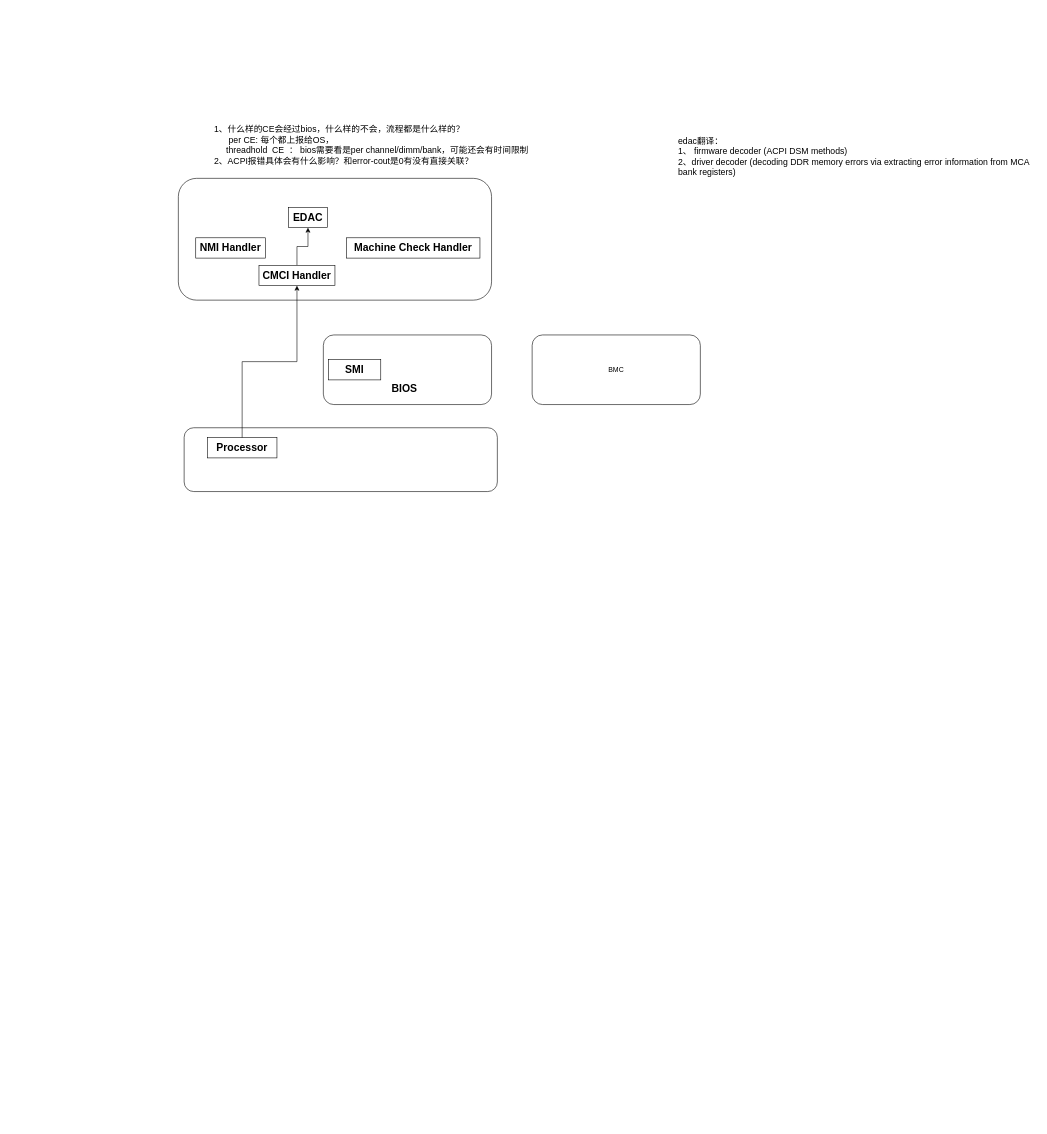
The draw.io diagram ras.drawio in wbzzx-bb/wb-linux, before the edit. Source tidied: cells renumbered, new cells numbered last; positions are measured from the earlier drawing's top-left corner, leaving out a move shared by most shapes. Both pictures are drawn from the tidied source at 58%, with x=0, y=0 at pixel (178, 120).
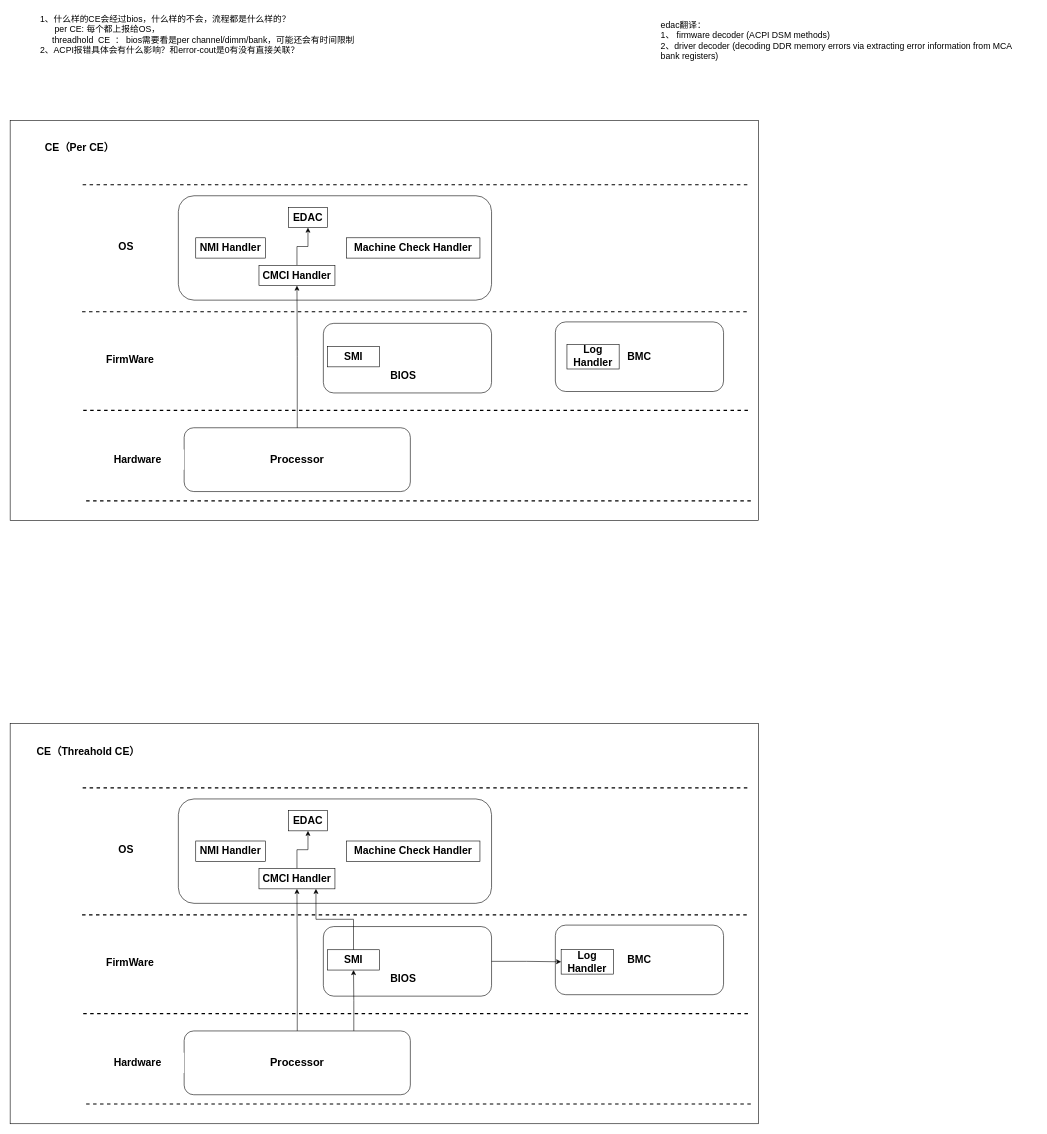
After the change.

Unchanged cells that the change refers to:
```xml
<mxCell id="11" value="&lt;span style=&quot;font-size: 18px;&quot;&gt;&lt;b&gt;CMCI Handler&lt;/b&gt;&lt;/span&gt;" style="rounded=0;whiteSpace=wrap;html=1;" parent="1" vertex="1">
  <mxGeometry x="139" y="250" width="131" height="35" as="geometry" />
</mxCell>
```

Change to the diagram source:
```diff
@@
+    <mxCell id="17" style="rounded=0;whiteSpace=wrap;html=1;" parent="1" vertex="1">
+      <mxGeometry x="-290" width="1290" height="690" as="geometry" />
+    </mxCell>
-    <mxCell id="2" style="rounded=1;whiteSpace=wrap;html=1;" parent="1" vertex="1">
-      <mxGeometry x="10" y="530" width="540" height="110" as="geometry" />
+    <mxCell id="2" value="Processor" style="rounded=1;whiteSpace=wrap;html=1;fontSize=19;fontStyle=1;" parent="1" vertex="1">
+      <mxGeometry x="10" y="530" width="390" height="110" as="geometry" />
     </mxCell>
     <mxCell id="3" value="1、什么样的CE会经过bios，什么样的不会，流程都是什么样的？&lt;div&gt;&amp;nbsp; &amp;nbsp; &amp;nbsp; per CE: 每个都上报给OS，&lt;/div&gt;&lt;div&gt;&amp;nbsp; &amp;nbsp; &amp;nbsp;threadhold&amp;nbsp; CE&amp;nbsp; ： bios需要看是per channel/dimm/bank，可能还会有时间限制&lt;br&gt;&lt;div&gt;2、ACPI报错具体会有什么影响？和error-cout是0有没有直接关联？&lt;/div&gt;&lt;/div&gt;" style="text;html=1;align=left;verticalAlign=top;whiteSpace=wrap;rounded=0;fontSize=15;" parent="1" vertex="1">
-      <mxGeometry x="60" width="620" height="120" as="geometry" />
+      <mxGeometry x="-240" y="-190" width="620" height="120" as="geometry" />
     </mxCell>
-    <mxCell id="4" value="&lt;b&gt;&lt;font style=&quot;font-size: 18px;&quot;&gt;Processor&lt;/font&gt;&lt;/b&gt;" style="rounded=0;whiteSpace=wrap;html=1;" parent="1" vertex="1">
-      <mxGeometry x="50" y="547" width="120" height="35" as="geometry" />
-    </mxCell>
     <mxCell id="5" style="rounded=1;whiteSpace=wrap;html=1;" parent="1" vertex="1">
-      <mxGeometry x="250" y="370" width="290" height="120" as="geometry" />
+      <mxGeometry x="250" y="350" width="290" height="120" as="geometry" />
     </mxCell>
     <mxCell id="6" value="&lt;b&gt;&lt;font style=&quot;font-size: 18px;&quot;&gt;BIOS&lt;/font&gt;&lt;/b&gt;" style="rounded=0;whiteSpace=wrap;html=1;strokeColor=none;" parent="1" vertex="1">
-      <mxGeometry x="330" y="445" width="120" height="35" as="geometry" />
+      <mxGeometry x="328" y="422.5" width="120" height="35" as="geometry" />
     </mxCell>
     <mxCell id="7" value="&lt;b&gt;&lt;font style=&quot;font-size: 18px;&quot;&gt;SMI&lt;/font&gt;&lt;/b&gt;" style="rounded=0;whiteSpace=wrap;html=1;" parent="1" vertex="1">
-      <mxGeometry x="259" y="412.5" width="90" height="35" as="geometry" />
+      <mxGeometry x="257" y="390" width="90" height="35" as="geometry" />
     </mxCell>
     <mxCell id="8" style="rounded=1;whiteSpace=wrap;html=1;" parent="1" vertex="1">
-      <mxGeometry y="100" width="540" height="210" as="geometry" />
+      <mxGeometry y="130" width="540" height="180" as="geometry" />
     </mxCell>
@@
-    <mxCell id="14" value="BMC" style="rounded=1;whiteSpace=wrap;html=1;" parent="1" vertex="1">
-      <mxGeometry x="610" y="370" width="290" height="120" as="geometry" />
+    <mxCell id="14" value="&lt;b&gt;&lt;font style=&quot;font-size: 18px;&quot;&gt;BMC&lt;/font&gt;&lt;/b&gt;" style="rounded=1;whiteSpace=wrap;html=1;" parent="1" vertex="1">
+      <mxGeometry x="650" y="347.5" width="290" height="120" as="geometry" />
     </mxCell>
     <mxCell id="15" value="edac翻译：&lt;div&gt;1、&lt;span style=&quot;background-color: transparent; color: light-dark(rgb(0, 0, 0), rgb(255, 255, 255));&quot;&gt; firmware decoder (ACPI DSM methods)&lt;/span&gt;&lt;/div&gt;&lt;div&gt;&lt;span style=&quot;background-color: transparent; color: light-dark(rgb(0, 0, 0), rgb(255, 255, 255));&quot;&gt;2、&lt;/span&gt;&lt;span style=&quot;background-color: transparent; color: light-dark(rgb(0, 0, 0), rgb(255, 255, 255));&quot;&gt;driver decoder (decoding DDR memory errors via extracting error&amp;nbsp;&lt;/span&gt;&lt;span style=&quot;background-color: transparent; color: light-dark(rgb(0, 0, 0), rgb(255, 255, 255));&quot;&gt;information from MCA bank registers)&amp;nbsp;&lt;/span&gt;&lt;/div&gt;" style="text;html=1;align=left;verticalAlign=top;whiteSpace=wrap;rounded=0;fontSize=15;" parent="1" vertex="1">
-      <mxGeometry x="860" y="20" width="620" height="120" as="geometry" />
+      <mxGeometry x="830" y="-180" width="620" height="120" as="geometry" />
     </mxCell>
-    <mxCell id="16" style="edgeStyle=orthogonalEdgeStyle;rounded=0;jettySize=auto;html=1;" parent="1" edge="1" source="4" target="11">
-      <mxGeometry relative="1" as="geometry" />
-    </mxCell>
+    <mxCell id="18" style="edgeStyle=orthogonalEdgeStyle;rounded=0;jettySize=auto;html=1;entryX=0.5;entryY=1;entryDx=0;entryDy=0;" parent="1" edge="1" source="2" target="11">
+      <mxGeometry relative="1" as="geometry" />
+    </mxCell>
+    <mxCell id="19" value="&lt;b&gt;&lt;font style=&quot;font-size: 18px;&quot;&gt;CE（Per CE）&lt;/font&gt;&lt;/b&gt;" style="rounded=0;whiteSpace=wrap;html=1;strokeColor=none;" parent="1" vertex="1">
+      <mxGeometry x="-250" y="30" width="160" height="35" as="geometry" />
+    </mxCell>
+    <mxCell id="20" style="endArrow=none;dashed=1;html=1;rounded=0;strokeWidth=2;" parent="1" edge="1">
+      <mxGeometry relative="1" as="geometry">
+        <mxPoint x="980" y="330" as="sourcePoint" />
+        <mxPoint x="-170" y="330" as="targetPoint" />
+      </mxGeometry>
+    </mxCell>
+    <mxCell id="21" style="endArrow=none;dashed=1;html=1;rounded=0;strokeWidth=2;" parent="1" edge="1">
+      <mxGeometry relative="1" as="geometry">
+        <mxPoint x="981" y="111" as="sourcePoint" />
+        <mxPoint x="-169" y="111" as="targetPoint" />
+      </mxGeometry>
+    </mxCell>
+    <mxCell id="22" style="endArrow=none;dashed=1;html=1;rounded=0;strokeWidth=2;" parent="1" edge="1">
+      <mxGeometry relative="1" as="geometry">
+        <mxPoint x="982" y="500" as="sourcePoint" />
+        <mxPoint x="-168" y="500" as="targetPoint" />
+      </mxGeometry>
+    </mxCell>
+    <mxCell id="23" style="endArrow=none;dashed=1;html=1;rounded=0;strokeWidth=2;" parent="1" edge="1">
+      <mxGeometry relative="1" as="geometry">
+        <mxPoint x="987" y="656" as="sourcePoint" />
+        <mxPoint x="-163" y="656" as="targetPoint" />
+      </mxGeometry>
+    </mxCell>
+    <mxCell id="24" value="&lt;b&gt;&lt;font style=&quot;font-size: 18px;&quot;&gt;OS&lt;/font&gt;&lt;/b&gt;" style="rounded=0;whiteSpace=wrap;html=1;strokeColor=none;" parent="1" vertex="1">
+      <mxGeometry x="-170" y="200" width="160" height="35" as="geometry" />
+    </mxCell>
+    <mxCell id="25" value="&lt;b&gt;&lt;font style=&quot;font-size: 18px;&quot;&gt;FirmWare&lt;/font&gt;&lt;/b&gt;" style="rounded=0;whiteSpace=wrap;html=1;strokeColor=none;" parent="1" vertex="1">
+      <mxGeometry x="-163" y="394" width="160" height="35" as="geometry" />
+    </mxCell>
+    <mxCell id="26" value="&lt;b&gt;&lt;font style=&quot;font-size: 18px;&quot;&gt;Hardware&lt;/font&gt;&lt;/b&gt;" style="rounded=0;whiteSpace=wrap;html=1;strokeColor=none;" parent="1" vertex="1">
+      <mxGeometry x="-150" y="567.5" width="160" height="35" as="geometry" />
+    </mxCell>
+    <mxCell id="27" style="rounded=0;whiteSpace=wrap;html=1;" parent="1" vertex="1">
+      <mxGeometry x="-290" y="1040" width="1290" height="690" as="geometry" />
+    </mxCell>
+    <mxCell id="4" value="Processor" style="rounded=1;whiteSpace=wrap;html=1;fontSize=19;fontStyle=1;" parent="1" vertex="1">
+      <mxGeometry x="10" y="1570" width="390" height="110" as="geometry" />
+    </mxCell>
+    <mxCell id="28" style="rounded=1;whiteSpace=wrap;html=1;" parent="1" vertex="1">
+      <mxGeometry x="250" y="1390" width="290" height="120" as="geometry" />
+    </mxCell>
+    <mxCell id="29" value="&lt;b&gt;&lt;font style=&quot;font-size: 18px;&quot;&gt;BIOS&lt;/font&gt;&lt;/b&gt;" style="rounded=0;whiteSpace=wrap;html=1;strokeColor=none;" parent="1" vertex="1">
+      <mxGeometry x="328" y="1462.5" width="120" height="35" as="geometry" />
+    </mxCell>
+    <mxCell id="30" value="&lt;b&gt;&lt;font style=&quot;font-size: 18px;&quot;&gt;SMI&lt;/font&gt;&lt;/b&gt;" style="rounded=0;whiteSpace=wrap;html=1;" parent="1" vertex="1">
+      <mxGeometry x="257" y="1430" width="90" height="35" as="geometry" />
+    </mxCell>
+    <mxCell id="31" style="rounded=1;whiteSpace=wrap;html=1;" parent="1" vertex="1">
+      <mxGeometry y="1170" width="540" height="180" as="geometry" />
+    </mxCell>
+    <mxCell id="32" value="&lt;span style=&quot;font-size: 18px;&quot;&gt;&lt;b&gt;NMI Handler&lt;/b&gt;&lt;/span&gt;" style="rounded=0;whiteSpace=wrap;html=1;" parent="1" vertex="1">
+      <mxGeometry x="30" y="1242.5" width="120" height="35" as="geometry" />
+    </mxCell>
+    <mxCell id="33" style="edgeStyle=orthogonalEdgeStyle;rounded=0;jettySize=auto;html=1;entryX=0.5;entryY=1;entryDx=0;entryDy=0;" parent="1" edge="1" source="34" target="35">
+      <mxGeometry relative="1" as="geometry" />
+    </mxCell>
+    <mxCell id="34" value="&lt;span style=&quot;font-size: 18px;&quot;&gt;&lt;b&gt;CMCI Handler&lt;/b&gt;&lt;/span&gt;" style="rounded=0;whiteSpace=wrap;html=1;" parent="1" vertex="1">
+      <mxGeometry x="139" y="1290" width="131" height="35" as="geometry" />
+    </mxCell>
+    <mxCell id="35" value="&lt;span style=&quot;font-size: 18px;&quot;&gt;&lt;b&gt;EDAC&lt;/b&gt;&lt;/span&gt;" style="rounded=0;whiteSpace=wrap;html=1;" parent="1" vertex="1">
+      <mxGeometry x="190" y="1190" width="67" height="35" as="geometry" />
+    </mxCell>
+    <mxCell id="36" value="&lt;span style=&quot;font-size: 18px;&quot;&gt;&lt;b&gt;Machine Check Handler&lt;/b&gt;&lt;/span&gt;" style="rounded=0;whiteSpace=wrap;html=1;" parent="1" vertex="1">
+      <mxGeometry x="290" y="1242.5" width="230" height="35" as="geometry" />
+    </mxCell>
+    <mxCell id="37" value="&lt;b&gt;&lt;font style=&quot;font-size: 18px;&quot;&gt;BMC&lt;/font&gt;&lt;/b&gt;" style="rounded=1;whiteSpace=wrap;html=1;" parent="1" vertex="1">
+      <mxGeometry x="650" y="1387.5" width="290" height="120" as="geometry" />
+    </mxCell>
+    <mxCell id="38" style="edgeStyle=orthogonalEdgeStyle;rounded=0;jettySize=auto;html=1;entryX=0.5;entryY=1;entryDx=0;entryDy=0;" parent="1" edge="1" source="4" target="34">
+      <mxGeometry relative="1" as="geometry" />
+    </mxCell>
+    <mxCell id="39" value="&lt;b&gt;&lt;font style=&quot;font-size: 18px;&quot;&gt;CE（Threahold CE）&lt;/font&gt;&lt;/b&gt;" style="rounded=0;whiteSpace=wrap;html=1;strokeColor=none;" parent="1" vertex="1">
+      <mxGeometry x="-250" y="1070" width="190" height="35" as="geometry" />
+    </mxCell>
+    <mxCell id="40" style="endArrow=none;dashed=1;html=1;rounded=0;strokeWidth=2;" parent="1" edge="1">
+      <mxGeometry relative="1" as="geometry">
+        <mxPoint x="980" y="1370" as="sourcePoint" />
+        <mxPoint x="-170" y="1370" as="targetPoint" />
+      </mxGeometry>
+    </mxCell>
+    <mxCell id="41" style="endArrow=none;dashed=1;html=1;rounded=0;strokeWidth=2;" parent="1" edge="1">
+      <mxGeometry relative="1" as="geometry">
+        <mxPoint x="981" y="1151" as="sourcePoint" />
+        <mxPoint x="-169" y="1151" as="targetPoint" />
+      </mxGeometry>
+    </mxCell>
+    <mxCell id="42" style="endArrow=none;dashed=1;html=1;rounded=0;strokeWidth=2;" parent="1" edge="1">
+      <mxGeometry relative="1" as="geometry">
+        <mxPoint x="982" y="1540" as="sourcePoint" />
+        <mxPoint x="-168" y="1540" as="targetPoint" />
+      </mxGeometry>
+    </mxCell>
+    <mxCell id="43" style="endArrow=none;dashed=1;html=1;rounded=0;strokeWidth=2;" parent="1" edge="1">
+      <mxGeometry relative="1" as="geometry">
+        <mxPoint x="987" y="1696" as="sourcePoint" />
+        <mxPoint x="-163" y="1696" as="targetPoint" />
+      </mxGeometry>
+    </mxCell>
+    <mxCell id="44" value="&lt;b&gt;&lt;font style=&quot;font-size: 18px;&quot;&gt;OS&lt;/font&gt;&lt;/b&gt;" style="rounded=0;whiteSpace=wrap;html=1;strokeColor=none;" parent="1" vertex="1">
+      <mxGeometry x="-170" y="1240" width="160" height="35" as="geometry" />
+    </mxCell>
+    <mxCell id="45" value="&lt;b&gt;&lt;font style=&quot;font-size: 18px;&quot;&gt;FirmWare&lt;/font&gt;&lt;/b&gt;" style="rounded=0;whiteSpace=wrap;html=1;strokeColor=none;" parent="1" vertex="1">
+      <mxGeometry x="-163" y="1434" width="160" height="35" as="geometry" />
+    </mxCell>
+    <mxCell id="46" value="&lt;b&gt;&lt;font style=&quot;font-size: 18px;&quot;&gt;Hardware&lt;/font&gt;&lt;/b&gt;" style="rounded=0;whiteSpace=wrap;html=1;strokeColor=none;" parent="1" vertex="1">
+      <mxGeometry x="-150" y="1607.5" width="160" height="35" as="geometry" />
+    </mxCell>
+    <mxCell id="47" style="edgeStyle=orthogonalEdgeStyle;rounded=0;jettySize=auto;html=1;exitX=0.75;exitY=0;exitDx=0;exitDy=0;entryX=0.5;entryY=1;entryDx=0;entryDy=0;" parent="1" edge="1" source="4" target="30">
+      <mxGeometry relative="1" as="geometry" />
+    </mxCell>
+    <mxCell id="48" value="&lt;b&gt;&lt;font style=&quot;font-size: 18px;&quot;&gt;Log Handler&lt;/font&gt;&lt;/b&gt;" style="rounded=0;whiteSpace=wrap;html=1;" parent="1" vertex="1">
+      <mxGeometry x="660" y="1429.5" width="90" height="42.5" as="geometry" />
+    </mxCell>
+    <mxCell id="49" style="edgeStyle=orthogonalEdgeStyle;rounded=0;jettySize=auto;html=1;entryX=0;entryY=0.5;entryDx=0;entryDy=0;" parent="1" edge="1" source="28" target="48">
+      <mxGeometry relative="1" as="geometry" />
+    </mxCell>
+    <mxCell id="50" value="&lt;b&gt;&lt;font style=&quot;font-size: 18px;&quot;&gt;Log Handler&lt;/font&gt;&lt;/b&gt;" style="rounded=0;whiteSpace=wrap;html=1;" parent="1" vertex="1">
+      <mxGeometry x="670" y="386.2" width="90" height="42.5" as="geometry" />
+    </mxCell>
+    <mxCell id="51" style="edgeStyle=orthogonalEdgeStyle;rounded=0;jettySize=auto;html=1;entryX=0.75;entryY=1;entryDx=0;entryDy=0;" parent="1" edge="1" source="30" target="34">
+      <mxGeometry relative="1" as="geometry" />
+    </mxCell>
```
